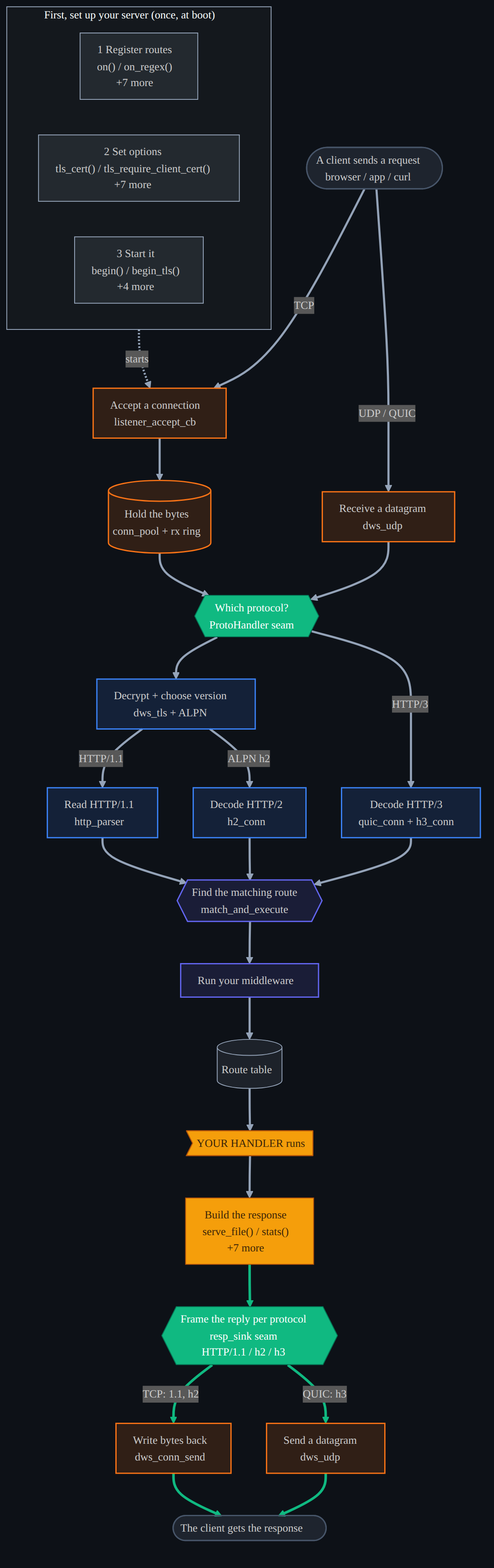
Before: docs/diagrams/api_flow.dark.png, a diagram exported from Mermaid (dstroy0/DeterministicESPAsyncWebServer). Its source is kept beside it as docs/diagrams/api_flow.mmd. Source of this version:
```mermaid
%%{init: {'themeVariables':{'fontFamily':'ui-sans-serif,system-ui,Segoe UI,Roboto,sans-serif','fontSize':'13px','lineColor':'#94a3b8'},'flowchart':{'curve':'basis','nodeSpacing':42,'rankSpacing':50,'padding':10,'useMaxWidth':true}}}%%
flowchart TB
  subgraph SETUP["First, set up your server (once, at boot)"]
    direction LR
    reg["1 Register routes<br/>on() / on_regex()<br/>+7 more"]
    cfg["2 Set options<br/>tls_cert() / tls_require_client_cert()<br/>+7 more"]
    run["3 Start it<br/>begin() / begin_tls()<br/>+4 more"]
  end

  cin(["A client sends a request<br/>browser / app / curl"])
  listen["Accept a connection<br/>listener_accept_cb"]
  ring[("Hold the bytes<br/>conn_pool + rx ring")]
  udprx["Receive a datagram<br/>pc_udp"]
  seam{{"Which protocol?<br/>ProtoHandler seam<br/>"}}
  tls["Decrypt + choose version<br/>pc_tls + ALPN"]
  parser["Read HTTP/1.1<br/>http_parser"]
  h2["Decode HTTP/2<br/>h2_conn"]
  h3["Decode HTTP/3<br/>quic_conn + h3_conn"]
  mae{{"Find the matching route<br/>match_and_execute"}}
  mw["Run your middleware"]
  routes[("Route table")]
  handler>"YOUR HANDLER runs"]
  resp["Build the response<br/>serve_file() / stats()<br/>+7 more"]
  sink{{"Frame the reply per protocol<br/>resp_sink seam<br/>HTTP/1.1 / h2 / h3"}}
  consend["Write bytes back<br/>pc_conn_send"]
  udptx["Send a datagram<br/>pc_udp"]
  cout(["The client gets the response"])

  run -.->|starts| listen
  cin ==>|TCP| listen
  listen --> ring
  ring --> seam
  cin ==>|UDP / QUIC| udprx
  udprx --> seam
  seam --> tls
  tls -->|HTTP/1.1| parser
  tls -->|ALPN h2| h2
  seam -->|HTTP/3| h3
  parser --> mae
  h2 --> mae
  h3 --> mae
  mae --> mw
  mw --> routes
  routes --> handler
  handler --> resp
  resp --> sink
  sink -->|TCP: 1.1, h2| consend
  sink -->|QUIC: h3| udptx
  consend ==> cout
  udptx ==> cout

  class cin,cout ext;
  class reg,cfg,run,routes setup;
  class listen,ring,udprx,udptx,consend l4;
  class seam,sink seam;
  class tls,parser,h2,h3 l6;
  class mae,mw l7;
  class handler,resp you;
  classDef ext fill:#64748b33,stroke:#475569,stroke-width:1.5px;
  classDef setup fill:#94a3b81f,stroke:#94a3b8;
  classDef l4 fill:#f9731626,stroke:#f97316,stroke-width:1.5px;
  classDef seam fill:#10b981,stroke:#047857,color:#ffffff;
  classDef l6 fill:#3b82f626,stroke:#3b82f6,stroke-width:1.5px;
  classDef l7 fill:#6366f126,stroke:#6366f1,stroke-width:1.5px;
  classDef you fill:#f59e0b,stroke:#b45309,color:#3b2508;
  style SETUP fill:#8888880f,stroke:#94a3b8,stroke-width:1px;
  linkStyle default stroke-width:2.5px;
  linkStyle 17,18,19,20,21 stroke:#10b981,stroke-width:3px;
```
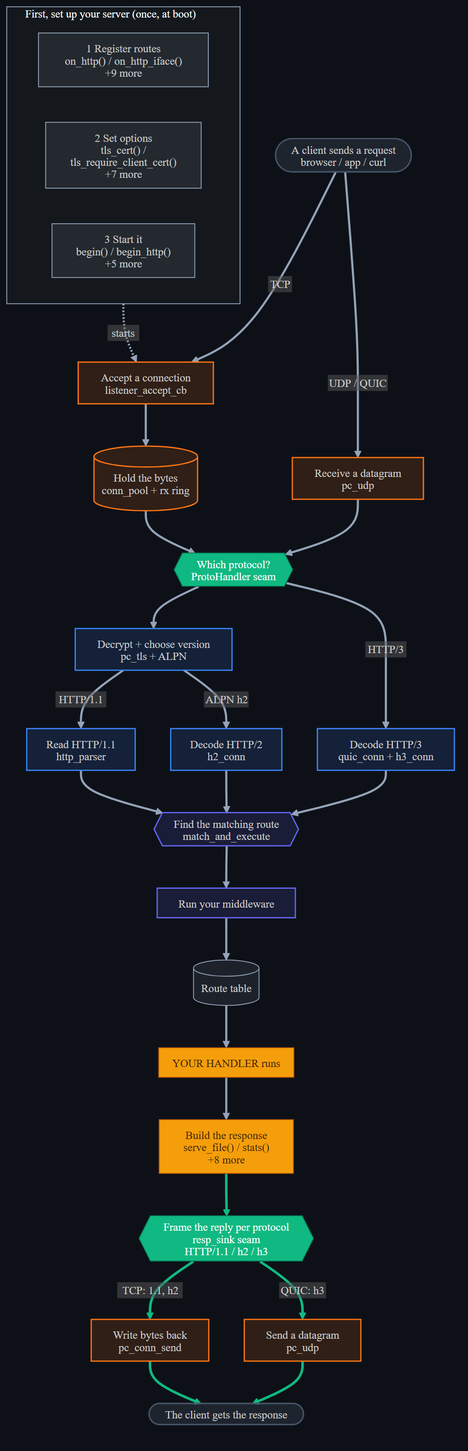
Above is the later version.

What changed in the source:
```diff
@@ -1,10 +1,10 @@
-%%{init: {'themeVariables':{'fontFamily':'ui-sans-serif,system-ui,Segoe UI,Roboto,sans-serif','fontSize':'13px','lineColor':'#94a3b8'},'flowchart':{'curve':'basis','nodeSpacing':42,'rankSpacing':50,'padding':10,'useMaxWidth':true}}}%%
+%%{init: {'htmlLabels':false,'themeVariables':{'fontFamily':'sans-serif','fontSize':'13px','lineColor':'#94a3b8'},'flowchart':{'curve':'basis','nodeSpacing':42,'rankSpacing':50,'padding':10,'useMaxWidth':true,'htmlLabels':false}}}%%
 flowchart TB
   subgraph SETUP["First, set up your server (once, at boot)"]
     direction LR
-    reg["1 Register routes<br/>on() / on_regex()<br/>+7 more"]
+    reg["1 Register routes<br/>on_http() / on_http_iface()<br/>+9 more"]
     cfg["2 Set options<br/>tls_cert() / tls_require_client_cert()<br/>+7 more"]
-    run["3 Start it<br/>begin() / begin_tls()<br/>+4 more"]
+    run["3 Start it<br/>begin() / begin_http()<br/>+5 more"]
   end
 
   cin(["A client sends a request<br/>browser / app / curl"])
@@ -19,8 +19,8 @@
   mae{{"Find the matching route<br/>match_and_execute"}}
   mw["Run your middleware"]
   routes[("Route table")]
-  handler>"YOUR HANDLER runs"]
-  resp["Build the response<br/>serve_file() / stats()<br/>+7 more"]
+  handler["YOUR HANDLER runs"]
+  resp["Build the response<br/>serve_file() / stats()<br/>+8 more"]
   sink{{"Frame the reply per protocol<br/>resp_sink seam<br/>HTTP/1.1 / h2 / h3"}}
   consend["Write bytes back<br/>pc_conn_send"]
   udptx["Send a datagram<br/>pc_udp"]
```
